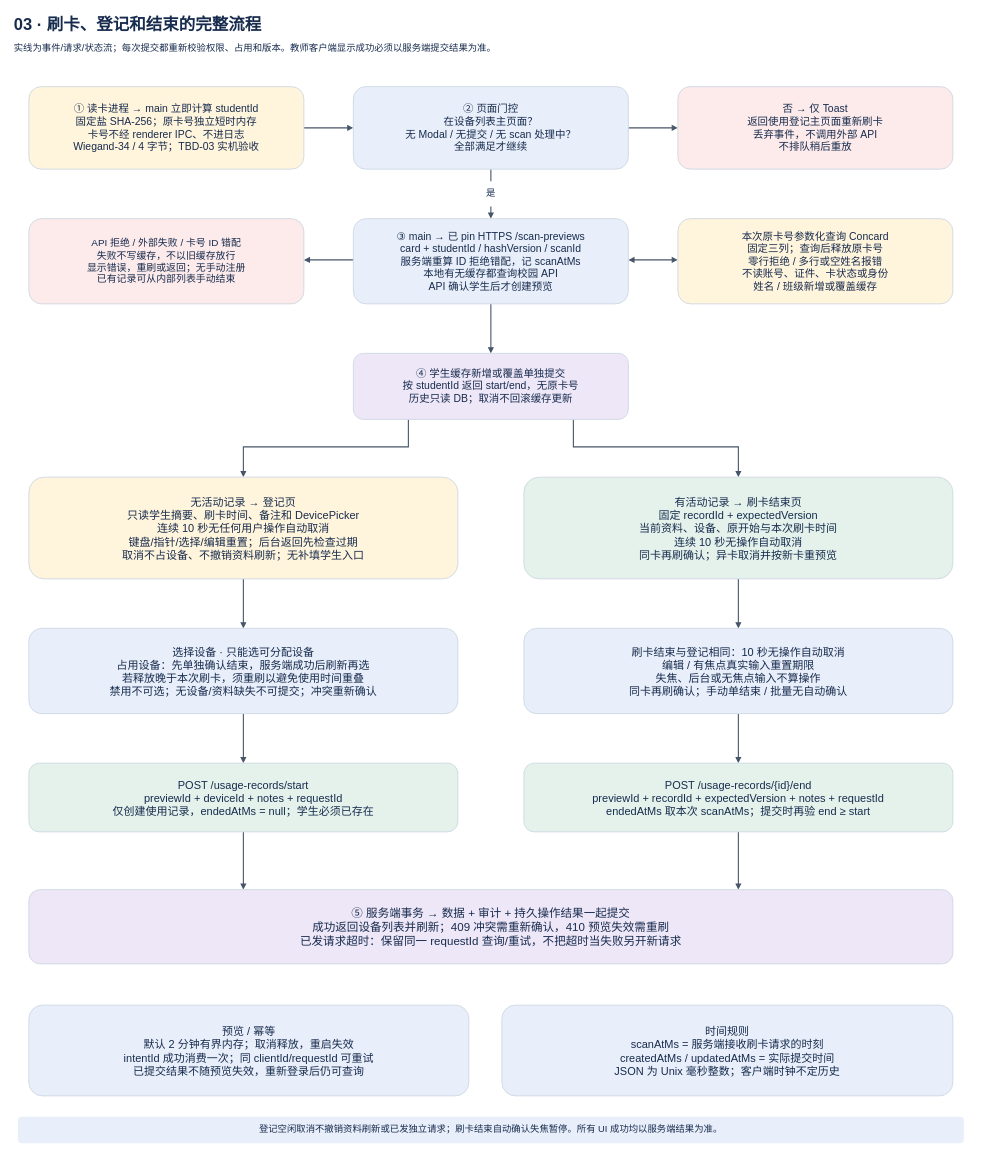
This is page "03 · 刷卡、登记和结束的完整流程" (3 of 8) of record-only/docs/architecture.drawio from lmyzzzz/cyez-library-management, a draw.io file, before an edit. Source tidied: cells renumbered, new cells numbered last; positions are measured from the earlier drawing's top-left corner, leaving out a move shared by most shapes. Both pictures are drawn from the tidied source at 55%, with x=0, y=0 at pixel (9, 9).
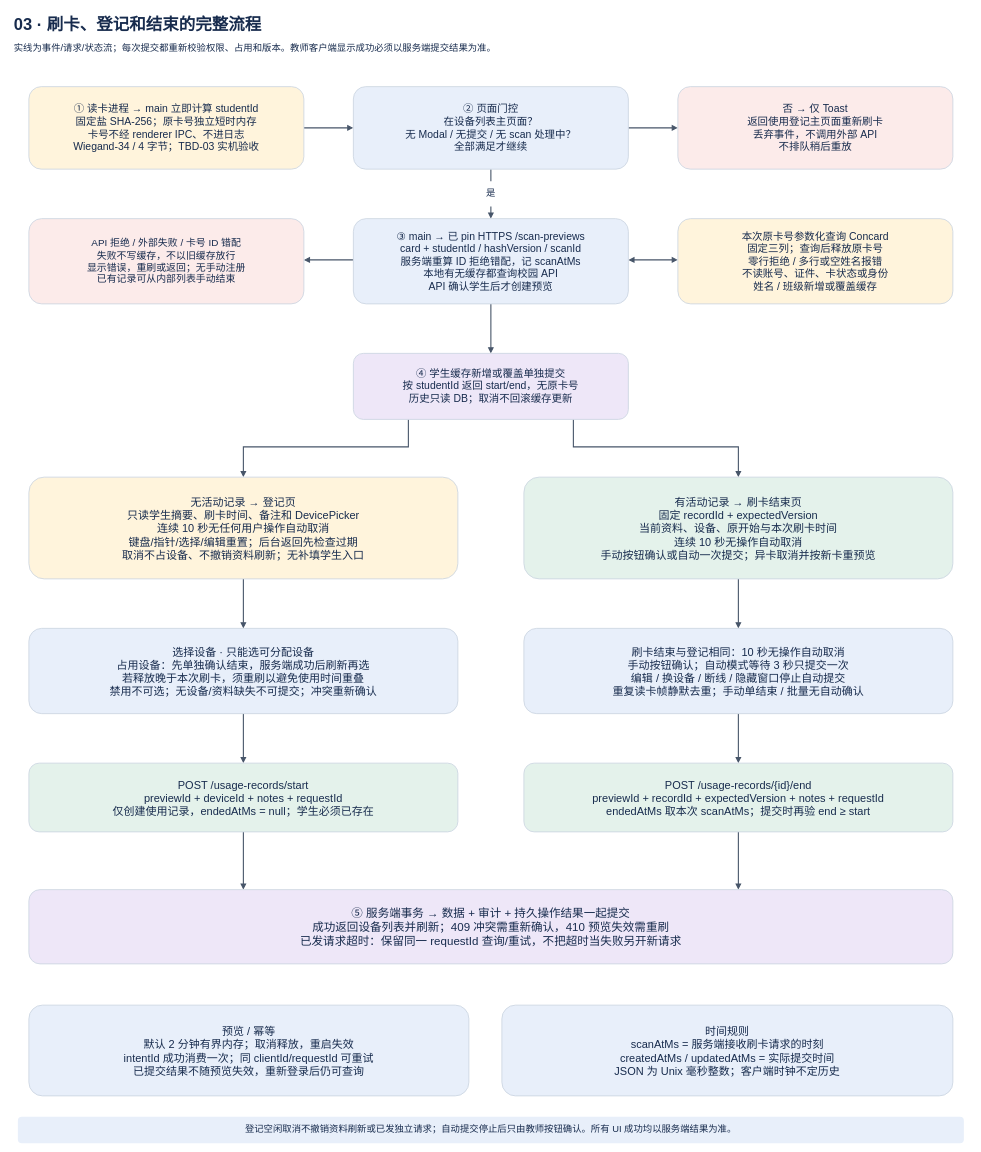
The same diagram, later.

What changed in the source:
```diff
@@
-    <mxCell id="27" value="有活动记录 → 刷卡结束页&#10;固定 recordId + expectedVersion&#10;当前资料、设备、原开始与本次刷卡时间&#10;连续 10 秒无操作自动取消&#10;同卡再刷确认；异卡取消并按新卡重预览" style="rounded=1;whiteSpace=wrap;html=0;fillColor=#e4f2eb;strokeColor=#cbd5e1;strokeWidth=1.5;fontColor=#172b4d;fontFamily=Microsoft YaHei;fontSize=20;fontStyle=0;align=center;verticalAlign=middle;spacing=8;" parent="1" vertex="1">
+    <mxCell id="27" value="有活动记录 → 刷卡结束页&#10;固定 recordId + expectedVersion&#10;当前资料、设备、原开始与本次刷卡时间&#10;连续 10 秒无操作自动取消&#10;手动按钮确认或自动一次提交；异卡取消并按新卡重预览" style="rounded=1;whiteSpace=wrap;html=0;fillColor=#e4f2eb;strokeColor=#cbd5e1;strokeWidth=1.5;fontColor=#172b4d;fontFamily=Microsoft YaHei;fontSize=20;fontStyle=0;align=center;verticalAlign=middle;spacing=8;" parent="1" vertex="1">
       <mxGeometry x="935" y="850" width="780" height="185" as="geometry" />
     </mxCell>
@@
-    <mxCell id="29" value="刷卡结束与登记相同：10 秒无操作自动取消&#10;编辑 / 有焦点真实输入重置期限&#10;失焦、后台或无焦点输入不算操作&#10;同卡再刷确认；手动单结束 / 批量无自动确认" style="rounded=1;whiteSpace=wrap;html=0;fillColor=#e8effa;strokeColor=#cbd5e1;strokeWidth=1.5;fontColor=#172b4d;fontFamily=Microsoft YaHei;fontSize=20;fontStyle=0;align=center;verticalAlign=middle;spacing=8;" parent="1" vertex="1">
+    <mxCell id="29" value="刷卡结束与登记相同：10 秒无操作自动取消&#10;手动按钮确认；自动模式等待 3 秒只提交一次&#10;编辑 / 换设备 / 断线 / 隐藏窗口停止自动提交&#10;重复读卡帧静默去重；手动单结束 / 批量无自动确认" style="rounded=1;whiteSpace=wrap;html=0;fillColor=#e8effa;strokeColor=#cbd5e1;strokeWidth=1.5;fontColor=#172b4d;fontFamily=Microsoft YaHei;fontSize=20;fontStyle=0;align=center;verticalAlign=middle;spacing=8;" parent="1" vertex="1">
       <mxGeometry x="935" y="1125" width="780" height="155" as="geometry" />
     </mxCell>
@@
-    <mxCell id="35" value="登记空闲取消不撤销资料刷新或已发独立请求；刷卡结束自动确认失焦暂停。所有 UI 成功均以服务端结果为准。" style="rounded=1;whiteSpace=wrap;html=0;fillColor=#e8effa;strokeColor=none;strokeWidth=1.5;fontColor=#172b4d;fontFamily=Microsoft YaHei;fontSize=17;fontStyle=0;align=center;verticalAlign=middle;spacing=8;" parent="1" vertex="1">
+    <mxCell id="35" value="登记空闲取消不撤销资料刷新或已发独立请求；自动提交停止后只由教师按钮确认。所有 UI 成功均以服务端结果为准。" style="rounded=1;whiteSpace=wrap;html=0;fillColor=#e8effa;strokeColor=none;strokeWidth=1.5;fontColor=#172b4d;fontFamily=Microsoft YaHei;fontSize=17;fontStyle=0;align=center;verticalAlign=middle;spacing=8;" parent="1" vertex="1">
       <mxGeometry x="15" y="2013" width="1720" height="48" as="geometry" />
     </mxCell>
```
